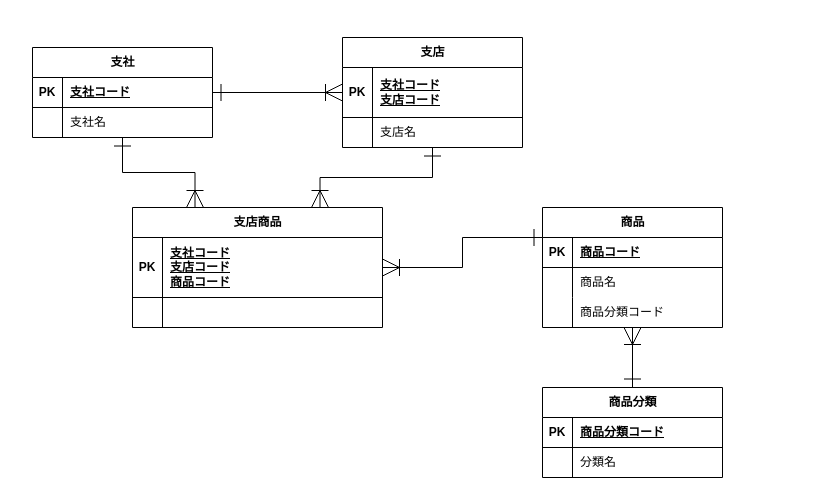
This is page "ページ1" (1 of 2) of EX4/EX4-1.drawio from ucsaeki/tatujin_DB, a draw.io file, before an edit. Source tidied: cells renumbered, new cells numbered last; positions are measured from the earlier drawing's top-left corner, leaving out a move shared by most shapes. Both pictures are drawn from the tidied source at 100%, with x=0, y=0 at pixel (32, 37).
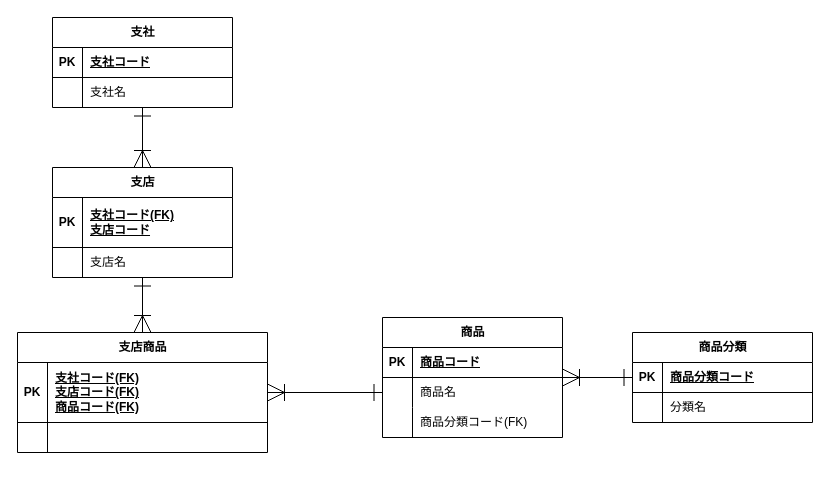
The same page after the edit.

The change refers to these unchanged cells:
```xml
<mxCell id="3" style="shape=tableRow;horizontal=0;startSize=0;swimlaneHead=0;swimlaneBody=0;fillColor=none;points=[[0,0.5],[1,0.5]];portConstraint=eastwest;top=0;left=0;right=0;bottom=1;" parent="2" vertex="1">
  <mxGeometry y="30" width="180" height="30" as="geometry" />
</mxCell>
<mxCell id="10" style="shape=tableRow;horizontal=0;startSize=0;swimlaneHead=0;swimlaneBody=0;fillColor=none;points=[[0,0.5],[1,0.5]];portConstraint=eastwest;top=0;left=0;right=0;bottom=1;" parent="9" vertex="1">
  <mxGeometry y="30" width="180" height="50" as="geometry" />
</mxCell>
<mxCell id="19" style="shape=tableRow;horizontal=0;startSize=0;swimlaneHead=0;swimlaneBody=0;fillColor=none;top=0;left=0;right=0;bottom=1;" parent="18" vertex="1">
  <mxGeometry y="30" width="250" height="60" as="geometry" />
</mxCell>
<mxCell id="30" style="shape=tableRow;horizontal=0;startSize=0;swimlaneHead=0;swimlaneBody=0;fillColor=none;points=[[0,0.5],[1,0.5]];portConstraint=eastwest;top=0;left=0;right=0;bottom=0;" parent="26" vertex="1">
  <mxGeometry y="60" width="180" height="30" as="geometry" />
</mxCell>
<mxCell id="33" style="shape=tableRow;horizontal=0;startSize=0;swimlaneHead=0;swimlaneBody=0;fillColor=none;top=0;left=0;right=0;bottom=0;" parent="26" vertex="1">
  <mxGeometry y="90" width="180" height="30" as="geometry" />
</mxCell>
<mxCell id="38" style="shape=tableRow;horizontal=0;startSize=0;swimlaneHead=0;swimlaneBody=0;fillColor=none;points=[[0,0.5],[1,0.5]];portConstraint=eastwest;top=0;left=0;right=0;bottom=1;" parent="37" vertex="1">
  <mxGeometry y="30" width="180" height="30" as="geometry" />
</mxCell>
```

The edit, as a diff of the source:
```diff
@@
     <mxCell id="2" value="支社" style="shape=table;startSize=30;childLayout=tableLayout;rowLines=0;fontStyle=1;align=center;html=1;" parent="1" vertex="1">
-      <mxGeometry y="10" width="180" height="90" as="geometry" />
+      <mxGeometry x="20" y="-20" width="180" height="90" as="geometry" />
     </mxCell>
@@
+    <mxCell id="45" style="edgeStyle=orthogonalEdgeStyle;rounded=0;jettySize=auto;html=1;exitX=0.5;exitY=0;exitDx=0;exitDy=0;endArrow=ERone;endFill=0;startArrow=ERoneToMany;startFill=0;endSize=15;startSize=15;" parent="1" edge="1" source="9" target="2">
+      <mxGeometry relative="1" as="geometry" />
+    </mxCell>
     <mxCell id="9" value="支店" style="shape=table;startSize=30;childLayout=tableLayout;rowLines=0;fontStyle=1;align=center;html=1;" parent="1" vertex="1">
-      <mxGeometry x="310" width="180" height="110" as="geometry" />
+      <mxGeometry x="20" y="130" width="180" height="110" as="geometry" />
     </mxCell>
@@
-    <mxCell id="12" value="支社コード&lt;div&gt;支店コード&lt;/div&gt;" style="shape=partialRectangle;fillColor=none;top=0;left=0;bottom=0;right=0;align=left;spacingLeft=6;fontStyle=5;overflow=hidden;whiteSpace=wrap;html=1;" parent="10" vertex="1">
+    <mxCell id="12" value="支社コード(FK)&lt;div&gt;支店コード&lt;/div&gt;" style="shape=partialRectangle;fillColor=none;top=0;left=0;bottom=0;right=0;align=left;spacingLeft=6;fontStyle=5;overflow=hidden;whiteSpace=wrap;html=1;" parent="10" vertex="1">
       <mxGeometry x="30" width="150" height="50" as="geometry" />
     </mxCell>
@@
-    <mxCell id="16" style="edgeStyle=orthogonalEdgeStyle;rounded=0;jettySize=auto;html=1;exitX=0.25;exitY=0;exitDx=0;exitDy=0;endArrow=ERone;endFill=0;startArrow=ERoneToMany;startFill=0;endSize=15;startSize=15;" parent="1" edge="1" source="18" target="2">
-      <mxGeometry relative="1" as="geometry" />
-    </mxCell>
-    <mxCell id="17" style="edgeStyle=orthogonalEdgeStyle;rounded=0;jettySize=auto;html=1;exitX=0.75;exitY=0;exitDx=0;exitDy=0;endArrow=ERone;endFill=0;startArrow=ERoneToMany;startFill=0;endSize=15;startSize=15;" parent="1" edge="1" source="18" target="9">
+    <mxCell id="17" style="edgeStyle=orthogonalEdgeStyle;rounded=0;jettySize=auto;html=1;exitX=0.5;exitY=0;exitDx=0;exitDy=0;endArrow=ERone;endFill=0;startArrow=ERoneToMany;startFill=0;endSize=15;startSize=15;" parent="1" edge="1" source="18" target="9">
       <mxGeometry relative="1" as="geometry" />
     </mxCell>
     <mxCell id="18" value="支店商品" style="shape=table;startSize=30;childLayout=tableLayout;rowLines=0;fontStyle=1;align=center;html=1;" parent="1" vertex="1">
-      <mxGeometry x="100" y="170" width="250" height="120" as="geometry" />
+      <mxGeometry x="-15" y="295" width="250" height="120" as="geometry" />
     </mxCell>
@@
-    <mxCell id="21" value="支社コード&lt;div&gt;支店コード&lt;/div&gt;&lt;div&gt;商品コード&lt;/div&gt;" style="shape=partialRectangle;fillColor=none;top=0;left=0;bottom=0;right=0;align=left;spacingLeft=6;fontStyle=5;overflow=hidden;whiteSpace=wrap;html=1;" parent="19" vertex="1">
+    <mxCell id="21" value="支社コード(FK)&lt;div&gt;支店コード(FK)&lt;/div&gt;&lt;div&gt;商品コード(FK)&lt;/div&gt;" style="shape=partialRectangle;fillColor=none;top=0;left=0;bottom=0;right=0;align=left;spacingLeft=6;fontStyle=5;overflow=hidden;whiteSpace=wrap;html=1;" parent="19" vertex="1">
       <mxGeometry x="30" width="220" height="60" as="geometry" />
     </mxCell>
@@
-    <mxCell id="25" style="edgeStyle=orthogonalEdgeStyle;rounded=0;jettySize=auto;html=1;exitX=0;exitY=0.25;exitDx=0;exitDy=0;endArrow=ERoneToMany;endFill=0;startArrow=ERone;startFill=0;endSize=15;startSize=15;" parent="1" edge="1" source="26" target="18">
-      <mxGeometry relative="1" as="geometry" />
-    </mxCell>
     <mxCell id="26" value="商品" style="shape=table;startSize=30;childLayout=tableLayout;rowLines=0;fontStyle=1;align=center;html=1;" parent="1" vertex="1">
-      <mxGeometry x="510" y="170" width="180" height="120" as="geometry" />
+      <mxGeometry x="350" y="280" width="180" height="120" as="geometry" />
     </mxCell>
@@
-    <mxCell id="35" value="商品分類コード" style="shape=partialRectangle;fillColor=none;top=0;left=0;bottom=0;right=0;align=left;spacingLeft=6;overflow=hidden;whiteSpace=wrap;html=1;" parent="33" vertex="1">
+    <mxCell id="35" value="商品分類コード(FK)" style="shape=partialRectangle;fillColor=none;top=0;left=0;bottom=0;right=0;align=left;spacingLeft=6;overflow=hidden;whiteSpace=wrap;html=1;" parent="33" vertex="1">
       <mxGeometry x="30" width="150" height="30" as="geometry" />
     </mxCell>
-    <mxCell id="36" style="edgeStyle=orthogonalEdgeStyle;rounded=0;jettySize=auto;html=1;exitX=0.5;exitY=0;exitDx=0;exitDy=0;endArrow=ERoneToMany;endFill=0;startArrow=ERone;startFill=0;endSize=15;startSize=15;" parent="1" edge="1" source="37" target="26">
-      <mxGeometry relative="1" as="geometry" />
-    </mxCell>
     <mxCell id="37" value="商品分類" style="shape=table;startSize=30;childLayout=tableLayout;rowLines=0;fontStyle=1;align=center;html=1;" parent="1" vertex="1">
-      <mxGeometry x="510" y="350" width="180" height="90" as="geometry" />
+      <mxGeometry x="600" y="295" width="180" height="90" as="geometry" />
     </mxCell>
@@
-    <mxCell id="44" style="edgeStyle=orthogonalEdgeStyle;rounded=0;jettySize=auto;html=1;exitX=1;exitY=0.5;exitDx=0;exitDy=0;entryX=0;entryY=0.5;entryDx=0;entryDy=0;endArrow=ERoneToMany;endFill=0;startArrow=ERone;startFill=0;endSize=15;startSize=15;shadow=0;" parent="1" edge="1" source="3" target="10">
-      <mxGeometry relative="1" as="geometry" />
-    </mxCell>
+    <mxCell id="46" style="edgeStyle=orthogonalEdgeStyle;rounded=0;jettySize=auto;html=1;exitX=0;exitY=0.5;exitDx=0;exitDy=0;endArrow=ERoneToMany;endFill=0;startArrow=ERone;startFill=0;endSize=15;startSize=15;" parent="1" edge="1" source="30" target="18">
+      <mxGeometry relative="1" as="geometry" />
+    </mxCell>
+    <mxCell id="47" style="edgeStyle=orthogonalEdgeStyle;rounded=0;jettySize=auto;html=1;exitX=0;exitY=0.5;exitDx=0;exitDy=0;endArrow=ERoneToMany;endFill=0;startArrow=ERone;startFill=0;endSize=15;startSize=15;" parent="1" edge="1" source="38" target="26">
+      <mxGeometry relative="1" as="geometry" />
+    </mxCell>
```
